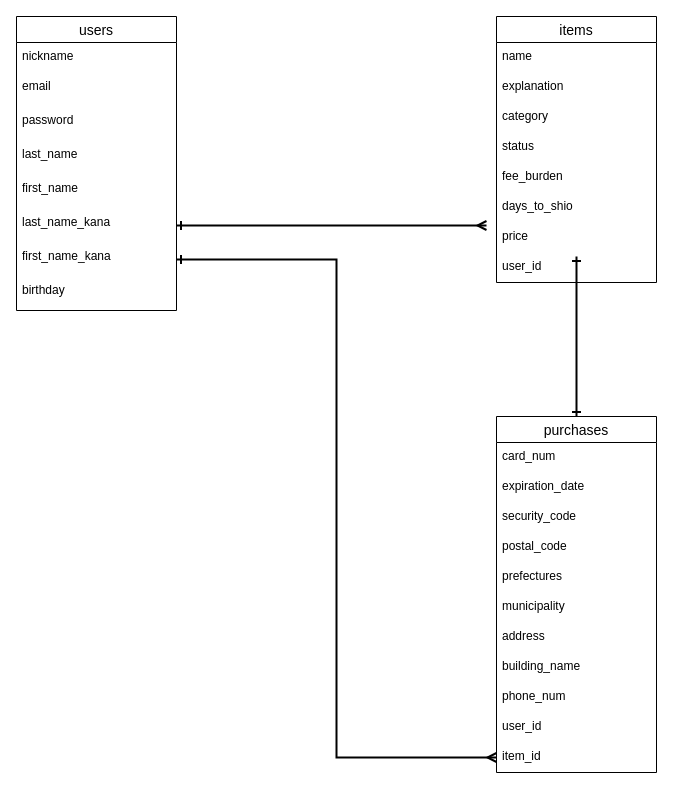
This is furima_er.dio from yamaken227/furima-32496, a draw.io file, before an edit. Source tidied: cells renumbered, new cells numbered last; positions are measured from the earlier drawing's top-left corner, leaving out a move shared by most shapes. Both pictures are drawn from the tidied source at 100%, with x=0, y=0 at pixel (16, 16).
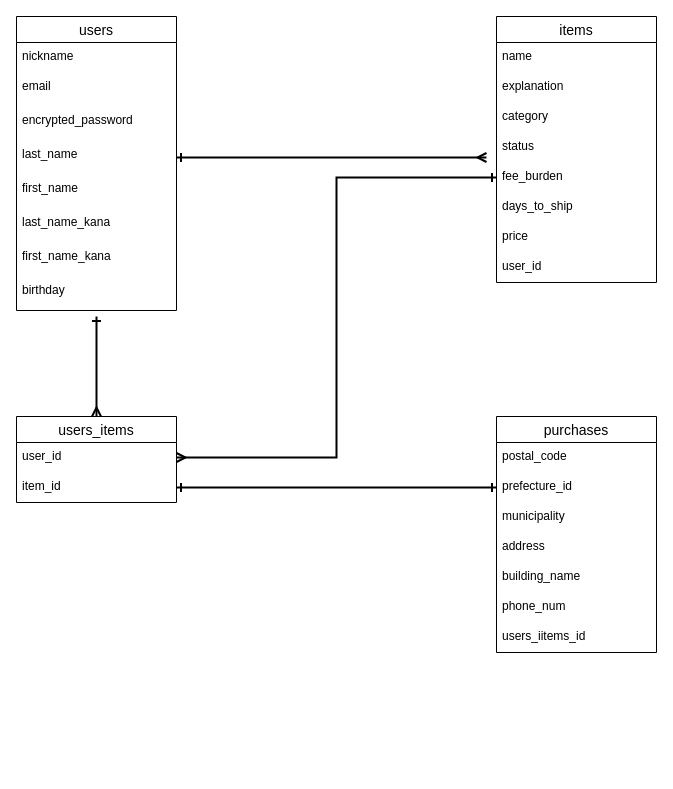
The same page after the edit.

Commit message (it also covers changes not shown here):
テーブル設計修正12/4/16/30

The change refers to these unchanged cells:
```xml
<mxCell id="2" value="items" style="swimlane;fontStyle=0;horizontal=1;startSize=26;align=center;fontSize=14;" parent="1" vertex="1">
  <mxGeometry x="480" width="160" height="266" as="geometry" />
</mxCell>
<mxCell id="7" value="fee_burden" style="text;strokeColor=none;fillColor=none;spacingLeft=4;spacingRight=4;overflow=hidden;points=[[0,0.5],[1,0.5]];portConstraint=eastwest;fontSize=12;" parent="2" vertex="1">
  <mxGeometry y="146" width="160" height="30" as="geometry" />
</mxCell>
<mxCell id="11" value="users" style="swimlane;fontStyle=0;horizontal=1;startSize=26;align=center;fontSize=14;" parent="1" vertex="1">
  <mxGeometry width="160" height="294" as="geometry" />
</mxCell>
<mxCell id="15" value="last_name" style="text;strokeColor=none;fillColor=none;spacingLeft=4;spacingRight=4;overflow=hidden;points=[[0,0.5],[1,0.5]];portConstraint=eastwest;fontSize=12;" parent="11" vertex="1">
  <mxGeometry y="124" width="160" height="34" as="geometry" />
</mxCell>
<mxCell id="17" value="last_name_kana" style="text;strokeColor=none;fillColor=none;spacingLeft=4;spacingRight=4;overflow=hidden;points=[[0,0.5],[1,0.5]];portConstraint=eastwest;fontSize=12;" parent="11" vertex="1">
  <mxGeometry y="192" width="160" height="34" as="geometry" />
</mxCell>
<mxCell id="18" value="first_name_kana" style="text;strokeColor=none;fillColor=none;spacingLeft=4;spacingRight=4;overflow=hidden;points=[[0,0.5],[1,0.5]];portConstraint=eastwest;fontSize=12;" parent="11" vertex="1">
  <mxGeometry y="226" width="160" height="34" as="geometry" />
</mxCell>
```

What changed in the source:
```diff
@@
-    <mxCell id="8" value="days_to_shio" style="text;strokeColor=none;fillColor=none;spacingLeft=4;spacingRight=4;overflow=hidden;fontSize=12;" parent="2" vertex="1">
+    <mxCell id="8" value="days_to_ship" style="text;strokeColor=none;fillColor=none;spacingLeft=4;spacingRight=4;overflow=hidden;fontSize=12;" parent="2" vertex="1">
       <mxGeometry y="176" width="160" height="30" as="geometry" />
     </mxCell>
@@
+    <mxCell id="35" style="edgeStyle=orthogonalEdgeStyle;rounded=0;jettySize=auto;html=1;startArrow=ERone;startFill=0;endArrow=ERmany;endFill=0;strokeWidth=2;" parent="1" edge="1" source="15">
+      <mxGeometry relative="1" as="geometry">
+        <mxPoint x="470" y="141" as="targetPoint" />
+      </mxGeometry>
+    </mxCell>
@@
-    <mxCell id="14" value="password" style="text;strokeColor=none;fillColor=none;spacingLeft=4;spacingRight=4;overflow=hidden;fontSize=12;" parent="11" vertex="1">
+    <mxCell id="14" value="encrypted_password" style="text;strokeColor=none;fillColor=none;spacingLeft=4;spacingRight=4;overflow=hidden;fontSize=12;" parent="11" vertex="1">
       <mxGeometry y="90" width="160" height="34" as="geometry" />
     </mxCell>
@@
-    <mxCell id="20" style="edgeStyle=orthogonalEdgeStyle;rounded=0;jettySize=auto;html=1;exitX=0.5;exitY=0;exitDx=0;exitDy=0;startArrow=ERone;startFill=0;endArrow=ERone;endFill=0;strokeWidth=2;" parent="1" edge="1" source="21">
-      <mxGeometry relative="1" as="geometry">
-        <mxPoint x="560" y="240" as="targetPoint" />
-      </mxGeometry>
-    </mxCell>
+    <mxCell id="36" style="edgeStyle=orthogonalEdgeStyle;rounded=0;jettySize=auto;html=1;startArrow=ERmany;startFill=0;endArrow=ERone;endFill=0;strokeWidth=2;" parent="1" edge="1" source="37">
+      <mxGeometry relative="1" as="geometry">
+        <mxPoint x="80" y="300" as="targetPoint" />
+      </mxGeometry>
+    </mxCell>
+    <mxCell id="37" value="users_items" style="swimlane;fontStyle=0;horizontal=1;startSize=26;align=center;fontSize=14;" parent="1" vertex="1">
+      <mxGeometry y="400" width="160" height="86" as="geometry" />
+    </mxCell>
+    <mxCell id="38" value="user_id" style="text;strokeColor=none;fillColor=none;spacingLeft=4;spacingRight=4;overflow=hidden;points=[[0,0.5],[1,0.5]];portConstraint=eastwest;fontSize=12;" parent="37" vertex="1">
+      <mxGeometry y="26" width="160" height="30" as="geometry" />
+    </mxCell>
+    <mxCell id="32" value="item_id" style="text;strokeColor=none;fillColor=none;spacingLeft=4;spacingRight=4;overflow=hidden;points=[[0,0.5],[1,0.5]];portConstraint=eastwest;fontSize=12;" parent="37" vertex="1">
+      <mxGeometry y="56" width="160" height="30" as="geometry" />
+    </mxCell>
+    <mxCell id="39" style="edgeStyle=orthogonalEdgeStyle;rounded=0;jettySize=auto;html=1;startArrow=ERmany;startFill=0;endArrow=ERone;endFill=0;strokeWidth=2;" parent="1" edge="1" source="38" target="7">
+      <mxGeometry relative="1" as="geometry" />
+    </mxCell>
     <mxCell id="21" value="purchases" style="swimlane;fontStyle=0;horizontal=1;startSize=26;align=center;fontSize=14;" parent="1" vertex="1">
-      <mxGeometry x="480" y="400" width="160" height="356" as="geometry" />
+      <mxGeometry x="480" y="400" width="160" height="236" as="geometry" />
     </mxCell>
-    <mxCell id="22" value="card_num" style="text;strokeColor=none;fillColor=none;spacingLeft=4;spacingRight=4;overflow=hidden;fontSize=12;" parent="21" vertex="1">
-      <mxGeometry y="26" width="160" height="30" as="geometry" />
-    </mxCell>
-    <mxCell id="23" value="expiration_date" style="text;strokeColor=none;fillColor=none;spacingLeft=4;spacingRight=4;overflow=hidden;fontSize=12;" parent="21" vertex="1">
-      <mxGeometry y="56" width="160" height="30" as="geometry" />
-    </mxCell>
-    <mxCell id="24" value="security_code" style="text;strokeColor=none;fillColor=none;spacingLeft=4;spacingRight=4;overflow=hidden;fontSize=12;" parent="21" vertex="1">
-      <mxGeometry y="86" width="160" height="30" as="geometry" />
-    </mxCell>
     <mxCell id="25" value="postal_code" style="text;strokeColor=none;fillColor=none;spacingLeft=4;spacingRight=4;overflow=hidden;fontSize=12;" parent="21" vertex="1">
-      <mxGeometry y="116" width="160" height="30" as="geometry" />
+      <mxGeometry y="26" width="160" height="30" as="geometry" />
     </mxCell>
-    <mxCell id="26" value="prefectures" style="text;strokeColor=none;fillColor=none;spacingLeft=4;spacingRight=4;overflow=hidden;points=[[0,0.5],[1,0.5]];portConstraint=eastwest;fontSize=12;" parent="21" vertex="1">
-      <mxGeometry y="146" width="160" height="30" as="geometry" />
+    <mxCell id="26" value="prefecture_id" style="text;strokeColor=none;fillColor=none;spacingLeft=4;spacingRight=4;overflow=hidden;points=[[0,0.5],[1,0.5]];portConstraint=eastwest;fontSize=12;" parent="21" vertex="1">
+      <mxGeometry y="56" width="160" height="30" as="geometry" />
     </mxCell>
     <mxCell id="27" value="municipality" style="text;strokeColor=none;fillColor=none;spacingLeft=4;spacingRight=4;overflow=hidden;fontSize=12;" parent="21" vertex="1">
-      <mxGeometry y="176" width="160" height="30" as="geometry" />
+      <mxGeometry y="86" width="160" height="30" as="geometry" />
     </mxCell>
     <mxCell id="28" value="address" style="text;strokeColor=none;fillColor=none;spacingLeft=4;spacingRight=4;overflow=hidden;fontSize=12;" parent="21" vertex="1">
-      <mxGeometry y="206" width="160" height="30" as="geometry" />
+      <mxGeometry y="116" width="160" height="30" as="geometry" />
     </mxCell>
     <mxCell id="29" value="building_name" style="text;strokeColor=none;fillColor=none;spacingLeft=4;spacingRight=4;overflow=hidden;fontSize=12;" parent="21" vertex="1">
-      <mxGeometry y="236" width="160" height="30" as="geometry" />
+      <mxGeometry y="146" width="160" height="30" as="geometry" />
     </mxCell>
     <mxCell id="30" value="phone_num" style="text;strokeColor=none;fillColor=none;spacingLeft=4;spacingRight=4;overflow=hidden;fontSize=12;" parent="21" vertex="1">
-      <mxGeometry y="266" width="160" height="30" as="geometry" />
+      <mxGeometry y="176" width="160" height="30" as="geometry" />
     </mxCell>
-    <mxCell id="31" value="user_id" style="text;strokeColor=none;fillColor=none;spacingLeft=4;spacingRight=4;overflow=hidden;fontSize=12;" parent="21" vertex="1">
-      <mxGeometry y="296" width="160" height="30" as="geometry" />
+    <mxCell id="31" value="users_iitems_id" style="text;strokeColor=none;fillColor=none;spacingLeft=4;spacingRight=4;overflow=hidden;fontSize=12;" parent="21" vertex="1">
+      <mxGeometry y="206" width="160" height="30" as="geometry" />
     </mxCell>
-    <mxCell id="32" value="item_id" style="text;strokeColor=none;fillColor=none;spacingLeft=4;spacingRight=4;overflow=hidden;points=[[0,0.5],[1,0.5]];portConstraint=eastwest;fontSize=12;" parent="21" vertex="1">
-      <mxGeometry y="326" width="160" height="30" as="geometry" />
-    </mxCell>
-    <mxCell id="33" style="edgeStyle=orthogonalEdgeStyle;rounded=0;jettySize=auto;html=1;startArrow=ERone;startFill=0;endArrow=ERmany;endFill=0;strokeWidth=2;" parent="1" edge="1" source="17">
-      <mxGeometry relative="1" as="geometry">
-        <mxPoint x="470" y="209" as="targetPoint" />
-      </mxGeometry>
-    </mxCell>
-    <mxCell id="34" style="edgeStyle=orthogonalEdgeStyle;rounded=0;jettySize=auto;html=1;exitX=1;exitY=0.5;exitDx=0;exitDy=0;startArrow=ERone;startFill=0;endArrow=ERmany;endFill=0;strokeWidth=2;" parent="1" edge="1" source="18" target="32">
-      <mxGeometry relative="1" as="geometry" />
-    </mxCell>
+    <mxCell id="40" style="edgeStyle=orthogonalEdgeStyle;rounded=0;jettySize=auto;html=1;entryX=0;entryY=0.5;entryDx=0;entryDy=0;startArrow=ERone;startFill=0;endArrow=ERone;endFill=0;strokeWidth=2;" parent="1" edge="1" source="32" target="26">
+      <mxGeometry relative="1" as="geometry" />
+    </mxCell>
```
